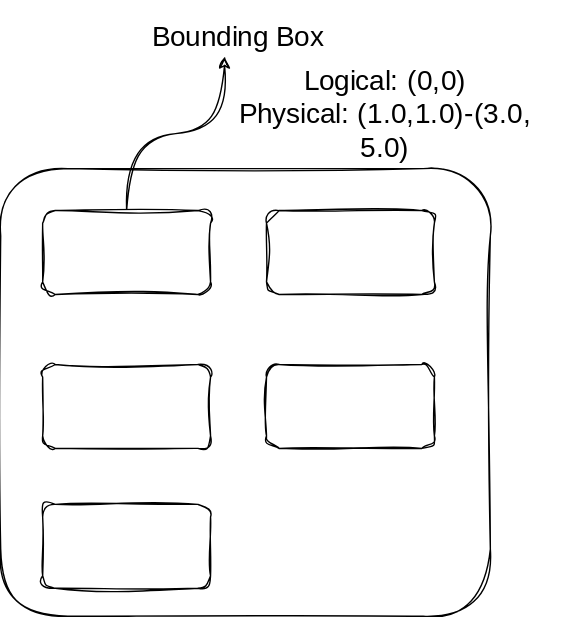
TankNee/ncgm-slides keeps this draw.io diagram as assets/example2.svg. Above is the earlier version. Source tidied: cells renumbered, new cells last; positions are measured from the earlier drawing's top-left corner, leaving out a move shared by most shapes.
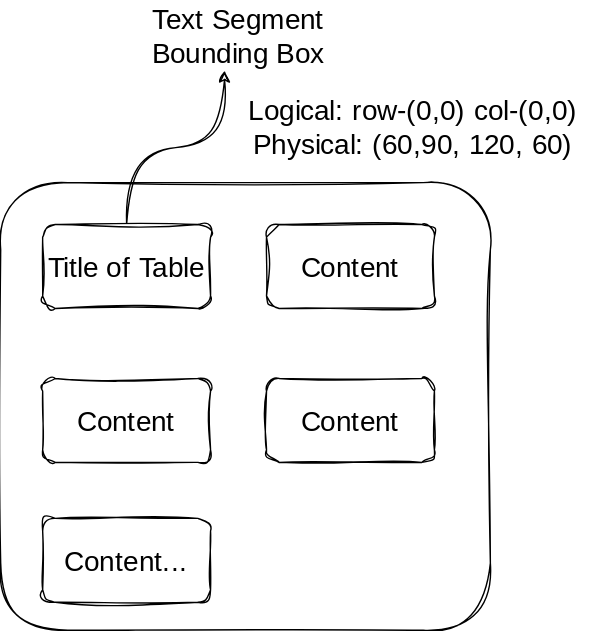
Above is the later version.

Commit message:
update example of structure

The edit, as a diff of the source:
```diff
@@ -10,26 +10,26 @@
         <mxPoint x="160" y="40" as="targetPoint" />
       </mxGeometry>
     </mxCell>
-    <mxCell id="4" style="rounded=1;whiteSpace=wrap;html=1;sketch=1;hachureGap=4;jiggle=2;curveFitting=1;fontFamily=Architects Daughter;fontSource=https%3A%2F%2Ffonts.googleapis.com%2Fcss%3Ffamily%3DArchitects%2BDaughter;fontSize=20;" parent="1" vertex="1">
+    <mxCell id="4" value="Title of Table" style="rounded=1;whiteSpace=wrap;html=1;sketch=1;hachureGap=4;jiggle=2;curveFitting=1;fontFamily=Architects Daughter;fontSource=https%3A%2F%2Ffonts.googleapis.com%2Fcss%3Ffamily%3DArchitects%2BDaughter;fontSize=20;" parent="1" vertex="1">
       <mxGeometry x="30" y="150" width="120" height="60" as="geometry" />
     </mxCell>
-    <mxCell id="5" style="rounded=1;whiteSpace=wrap;html=1;sketch=1;hachureGap=4;jiggle=2;curveFitting=1;fontFamily=Architects Daughter;fontSource=https%3A%2F%2Ffonts.googleapis.com%2Fcss%3Ffamily%3DArchitects%2BDaughter;fontSize=20;" parent="1" vertex="1">
+    <mxCell id="5" value="Content" style="rounded=1;whiteSpace=wrap;html=1;sketch=1;hachureGap=4;jiggle=2;curveFitting=1;fontFamily=Architects Daughter;fontSource=https%3A%2F%2Ffonts.googleapis.com%2Fcss%3Ffamily%3DArchitects%2BDaughter;fontSize=20;" parent="1" vertex="1">
       <mxGeometry x="190" y="150" width="120" height="60" as="geometry" />
     </mxCell>
-    <mxCell id="6" style="rounded=1;whiteSpace=wrap;html=1;sketch=1;hachureGap=4;jiggle=2;curveFitting=1;fontFamily=Architects Daughter;fontSource=https%3A%2F%2Ffonts.googleapis.com%2Fcss%3Ffamily%3DArchitects%2BDaughter;fontSize=20;" parent="1" vertex="1">
+    <mxCell id="6" value="Content" style="rounded=1;whiteSpace=wrap;html=1;sketch=1;hachureGap=4;jiggle=2;curveFitting=1;fontFamily=Architects Daughter;fontSource=https%3A%2F%2Ffonts.googleapis.com%2Fcss%3Ffamily%3DArchitects%2BDaughter;fontSize=20;" parent="1" vertex="1">
       <mxGeometry x="30" y="260" width="120" height="60" as="geometry" />
     </mxCell>
-    <mxCell id="7" style="rounded=1;whiteSpace=wrap;html=1;sketch=1;hachureGap=4;jiggle=2;curveFitting=1;fontFamily=Architects Daughter;fontSource=https%3A%2F%2Ffonts.googleapis.com%2Fcss%3Ffamily%3DArchitects%2BDaughter;fontSize=20;" parent="1" vertex="1">
+    <mxCell id="7" value="Content" style="rounded=1;whiteSpace=wrap;html=1;sketch=1;hachureGap=4;jiggle=2;curveFitting=1;fontFamily=Architects Daughter;fontSource=https%3A%2F%2Ffonts.googleapis.com%2Fcss%3Ffamily%3DArchitects%2BDaughter;fontSize=20;" parent="1" vertex="1">
       <mxGeometry x="190" y="260" width="120" height="60" as="geometry" />
     </mxCell>
-    <mxCell id="8" style="rounded=1;whiteSpace=wrap;html=1;sketch=1;hachureGap=4;jiggle=2;curveFitting=1;fontFamily=Architects Daughter;fontSource=https%3A%2F%2Ffonts.googleapis.com%2Fcss%3Ffamily%3DArchitects%2BDaughter;fontSize=20;" parent="1" vertex="1">
+    <mxCell id="8" value="Content..." style="rounded=1;whiteSpace=wrap;html=1;sketch=1;hachureGap=4;jiggle=2;curveFitting=1;fontFamily=Architects Daughter;fontSource=https%3A%2F%2Ffonts.googleapis.com%2Fcss%3Ffamily%3DArchitects%2BDaughter;fontSize=20;" parent="1" vertex="1">
       <mxGeometry x="30" y="360" width="120" height="60" as="geometry" />
     </mxCell>
-    <mxCell id="9" value="Bounding Box" style="text;html=1;strokeColor=none;fillColor=none;align=center;verticalAlign=middle;whiteSpace=wrap;rounded=0;fontSize=20;fontFamily=Architects Daughter;" parent="1" vertex="1">
-      <mxGeometry x="70" width="200" height="50" as="geometry" />
+    <mxCell id="9" value="Text Segment Bounding Box" style="text;html=1;strokeColor=none;fillColor=none;align=center;verticalAlign=middle;whiteSpace=wrap;rounded=0;fontSize=20;fontFamily=Architects Daughter;" parent="1" vertex="1">
+      <mxGeometry x="70" y="-10" width="200" height="50" as="geometry" />
     </mxCell>
-    <mxCell id="10" value="Logical: (0,0)&lt;br&gt;Physical: (1.0,1.0)-(3.0, 5.0)" style="text;html=1;strokeColor=none;fillColor=none;align=center;verticalAlign=middle;whiteSpace=wrap;rounded=0;fontSize=20;fontFamily=Architects Daughter;" parent="1" vertex="1">
-      <mxGeometry x="150" y="40" width="250" height="80" as="geometry" />
+    <mxCell id="10" value="Logical: row-(0,0) col-(0,0)&lt;br&gt;Physical: (60,90, 120, 60)" style="text;html=1;strokeColor=none;fillColor=none;align=center;verticalAlign=middle;whiteSpace=wrap;rounded=0;fontSize=20;fontFamily=Architects Daughter;" parent="1" vertex="1">
+      <mxGeometry x="170" y="40" width="250" height="80" as="geometry" />
     </mxCell>
   </root>
 </mxGraphModel>
```
